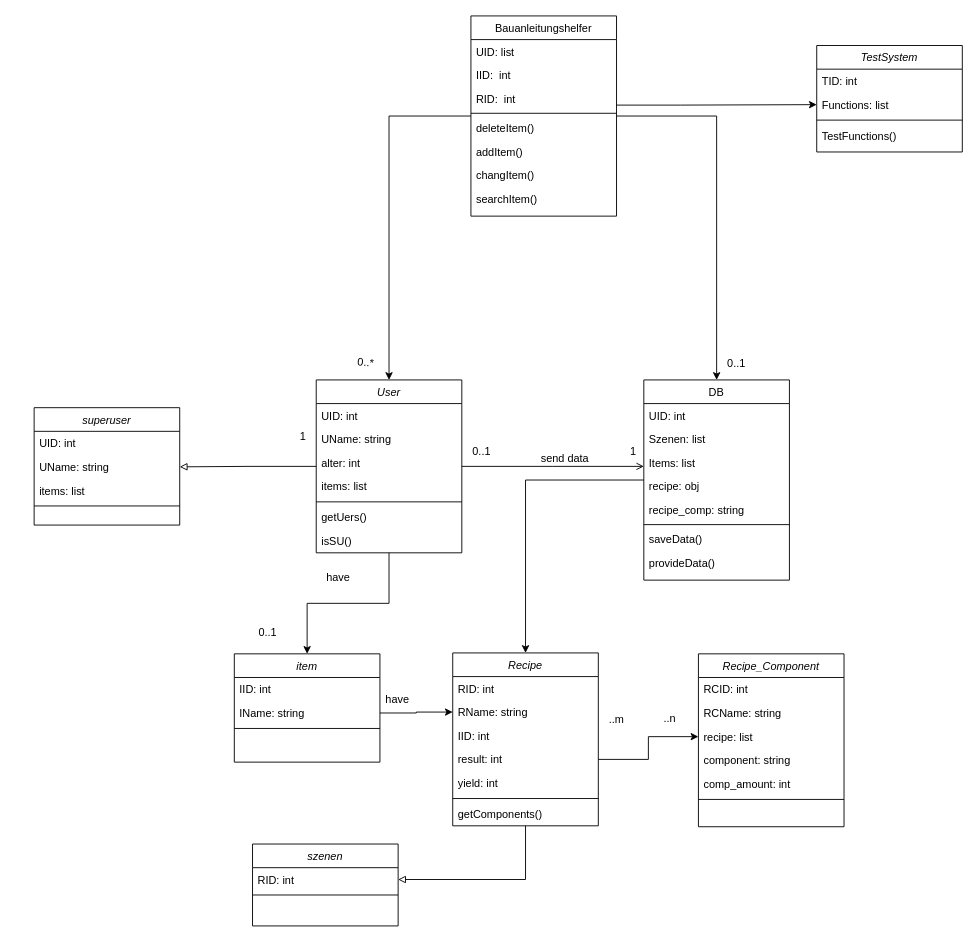
The draw.io diagram klassendiabauantleitungshelfer.drawio in schattnkatz98/Team-Projekt-Michael-u-Julian, before the edit. Source tidied: cells renumbered, new cells numbered last; positions are measured from the earlier drawing's top-left corner, leaving out a move shared by most shapes. Both pictures are drawn from the tidied source at 91%, with x=0, y=0 at pixel (34, 15).
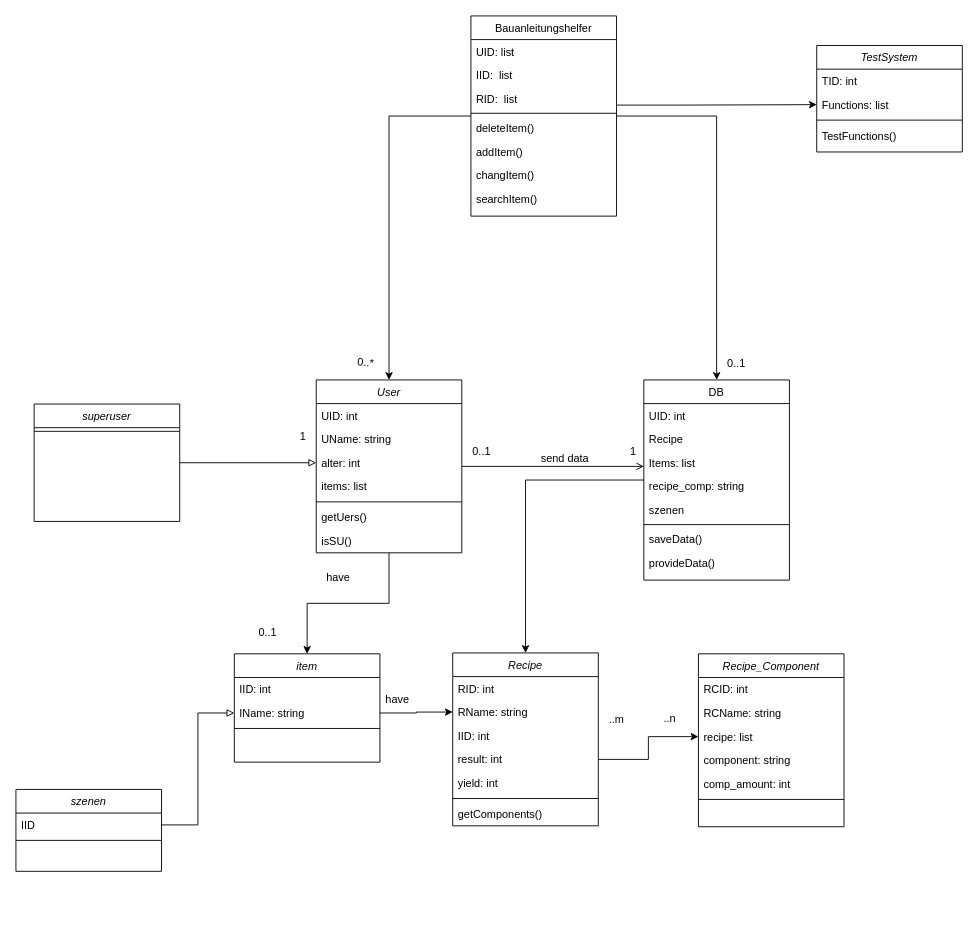
The same diagram, later.

The change refers to these unchanged cells:
```xml
<mxCell id="4" value="User" style="swimlane;fontStyle=2;align=center;verticalAlign=top;horizontal=1;startSize=26;rounded=0;shadow=0;strokeWidth=1;" parent="1" vertex="1">
  <mxGeometry x="310" y="400" width="160" height="190" as="geometry" />
</mxCell>
<mxCell id="7" value="alter: int" style="text;align=left;verticalAlign=top;spacingLeft=4;spacingRight=4;overflow=hidden;points=[[0,0.5],[1,0.5]];portConstraint=eastwest;rounded=0;shadow=0;html=0;" parent="4" vertex="1">
  <mxGeometry y="78" width="160" height="26" as="geometry" />
</mxCell>
<mxCell id="13" value="DB" style="swimlane;fontStyle=0;align=center;verticalAlign=top;horizontal=1;startSize=26;rounded=0;shadow=0;strokeWidth=1;" parent="1" vertex="1">
  <mxGeometry x="670" y="400" width="160" height="220" as="geometry" />
</mxCell>
<mxCell id="28" value="IName: string" style="text;align=left;verticalAlign=top;spacingLeft=4;spacingRight=4;overflow=hidden;points=[[0,0.5],[1,0.5]];portConstraint=eastwest;rounded=0;shadow=0;html=0;" parent="26" vertex="1">
  <mxGeometry y="52" width="160" height="26" as="geometry" />
</mxCell>
<mxCell id="31" value="Recipe" style="swimlane;fontStyle=2;align=center;verticalAlign=top;horizontal=1;startSize=26;rounded=0;shadow=0;strokeWidth=1;" parent="1" vertex="1">
  <mxGeometry x="460" y="700" width="160" height="190" as="geometry" />
</mxCell>
<mxCell id="49" value="Bauanleitungshelfer" style="swimlane;fontStyle=0;align=center;verticalAlign=top;horizontal=1;startSize=26;rounded=0;shadow=0;strokeWidth=1;" parent="1" vertex="1">
  <mxGeometry x="480" width="160" height="220" as="geometry" />
</mxCell>
```

What changed in the source:
```diff
@@
-    <mxCell id="3" style="edgeStyle=orthogonalEdgeStyle;rounded=0;jettySize=auto;html=1;entryX=1;entryY=0.5;entryDx=0;entryDy=0;endArrow=block;endFill=0;" parent="1" edge="1" source="4" target="67">
-      <mxGeometry relative="1" as="geometry" />
-    </mxCell>
@@
+    <mxCell id="17" value="Recipe" style="text;align=left;verticalAlign=top;spacingLeft=4;spacingRight=4;overflow=hidden;" parent="13" vertex="1">
+      <mxGeometry y="52" width="160" height="26" as="geometry" />
+    </mxCell>
+    <mxCell id="16" value="Items: list" style="text;align=left;verticalAlign=top;spacingLeft=4;spacingRight=4;overflow=hidden;" parent="13" vertex="1">
+      <mxGeometry y="78" width="160" height="26" as="geometry" />
+    </mxCell>
+    <mxCell id="18" value="recipe_comp: string" style="text;align=left;verticalAlign=top;spacingLeft=4;spacingRight=4;overflow=hidden;" parent="13" vertex="1">
+      <mxGeometry y="104" width="160" height="26" as="geometry" />
+    </mxCell>
-    <mxCell id="15" value="Szenen: list" style="text;align=left;verticalAlign=top;spacingLeft=4;spacingRight=4;overflow=hidden;" parent="13" vertex="1">
-      <mxGeometry y="52" width="160" height="26" as="geometry" />
+    <mxCell id="15" value="szenen" style="text;align=left;verticalAlign=top;spacingLeft=4;spacingRight=4;overflow=hidden;" parent="13" vertex="1">
+      <mxGeometry y="130" width="160" height="26" as="geometry" />
     </mxCell>
-    <mxCell id="16" value="Items: list" style="text;align=left;verticalAlign=top;spacingLeft=4;spacingRight=4;overflow=hidden;" parent="13" vertex="1">
-      <mxGeometry y="78" width="160" height="26" as="geometry" />
-    </mxCell>
-    <mxCell id="17" value="recipe: obj" style="text;align=left;verticalAlign=top;spacingLeft=4;spacingRight=4;overflow=hidden;" parent="13" vertex="1">
-      <mxGeometry y="104" width="160" height="26" as="geometry" />
-    </mxCell>
-    <mxCell id="18" value="recipe_comp: string" style="text;align=left;verticalAlign=top;spacingLeft=4;spacingRight=4;overflow=hidden;" parent="13" vertex="1">
-      <mxGeometry y="130" width="160" height="26" as="geometry" />
-    </mxCell>
@@
-    <mxCell id="30" style="edgeStyle=orthogonalEdgeStyle;rounded=0;jettySize=auto;html=1;entryX=1;entryY=0.5;entryDx=0;entryDy=0;endArrow=block;endFill=0;" parent="1" edge="1" source="31" target="79">
-      <mxGeometry relative="1" as="geometry" />
-    </mxCell>
@@
-    <mxCell id="51" value="IID:  int&#10;" style="text;align=left;verticalAlign=top;spacingLeft=4;spacingRight=4;overflow=hidden;" parent="49" vertex="1">
+    <mxCell id="51" value="IID:  list" style="text;align=left;verticalAlign=top;spacingLeft=4;spacingRight=4;overflow=hidden;" parent="49" vertex="1">
       <mxGeometry y="52" width="160" height="26" as="geometry" />
     </mxCell>
-    <mxCell id="52" value="RID:  int&#10;" style="text;align=left;verticalAlign=top;spacingLeft=4;spacingRight=4;overflow=hidden;points=[[0,0.5],[1,0.5]];portConstraint=eastwest;" parent="49" vertex="1">
+    <mxCell id="52" value="RID:  list&#10;" style="text;align=left;verticalAlign=top;spacingLeft=4;spacingRight=4;overflow=hidden;points=[[0,0.5],[1,0.5]];portConstraint=eastwest;" parent="49" vertex="1">
       <mxGeometry y="78" width="160" height="26" as="geometry" />
     </mxCell>
@@
+    <mxCell id="81" style="edgeStyle=orthogonalEdgeStyle;rounded=0;jettySize=auto;html=1;entryX=0;entryY=0.5;entryDx=0;entryDy=0;endArrow=block;endFill=0;" parent="1" edge="1" source="65" target="7">
+      <mxGeometry relative="1" as="geometry" />
+    </mxCell>
     <mxCell id="65" value="superuser" style="swimlane;fontStyle=2;align=center;verticalAlign=top;horizontal=1;startSize=26;rounded=0;shadow=0;strokeWidth=1;" parent="1" vertex="1">
-      <mxGeometry y="430.5" width="160" height="129" as="geometry" />
+      <mxGeometry y="426.5" width="160" height="129" as="geometry" />
     </mxCell>
-    <mxCell id="66" value="UID: int" style="text;align=left;verticalAlign=top;spacingLeft=4;spacingRight=4;overflow=hidden;" parent="65" vertex="1">
-      <mxGeometry y="26" width="160" height="26" as="geometry" />
-    </mxCell>
-    <mxCell id="67" value="UName: string" style="text;align=left;verticalAlign=top;spacingLeft=4;spacingRight=4;overflow=hidden;points=[[0,0.5],[1,0.5]];portConstraint=eastwest;rounded=0;shadow=0;html=0;" parent="65" vertex="1">
-      <mxGeometry y="52" width="160" height="26" as="geometry" />
-    </mxCell>
-    <mxCell id="68" value="items: list" style="text;align=left;verticalAlign=top;spacingLeft=4;spacingRight=4;overflow=hidden;rounded=0;shadow=0;html=0;" parent="65" vertex="1">
-      <mxGeometry y="78" width="160" height="26" as="geometry" />
-    </mxCell>
     <mxCell id="69" style="line;html=1;strokeWidth=1;align=left;verticalAlign=middle;spacingTop=-1;spacingLeft=3;spacingRight=3;labelPosition=right;" parent="65" vertex="1">
-      <mxGeometry y="104" width="160" height="8" as="geometry" />
+      <mxGeometry y="26" width="160" height="8" as="geometry" />
     </mxCell>
@@
     <mxCell id="78" value="szenen" style="swimlane;fontStyle=2;align=center;verticalAlign=top;horizontal=1;startSize=26;rounded=0;shadow=0;strokeWidth=1;" parent="1" vertex="1">
-      <mxGeometry x="240" y="910" width="160" height="90" as="geometry" />
+      <mxGeometry x="-20" y="850" width="160" height="90" as="geometry" />
     </mxCell>
-    <mxCell id="79" value="RID: int" style="text;align=left;verticalAlign=top;spacingLeft=4;spacingRight=4;overflow=hidden;points=[[0,0.5],[1,0.5]];portConstraint=eastwest;" parent="78" vertex="1">
+    <mxCell id="79" value="IID" style="text;align=left;verticalAlign=top;spacingLeft=4;spacingRight=4;overflow=hidden;points=[[0,0.5],[1,0.5]];portConstraint=eastwest;" parent="78" vertex="1">
       <mxGeometry y="26" width="160" height="26" as="geometry" />
     </mxCell>
@@
+    <mxCell id="82" style="edgeStyle=orthogonalEdgeStyle;rounded=0;jettySize=auto;html=1;entryX=0;entryY=0.5;entryDx=0;entryDy=0;endArrow=block;endFill=0;" parent="1" edge="1" source="79" target="28">
+      <mxGeometry relative="1" as="geometry" />
+    </mxCell>
```
